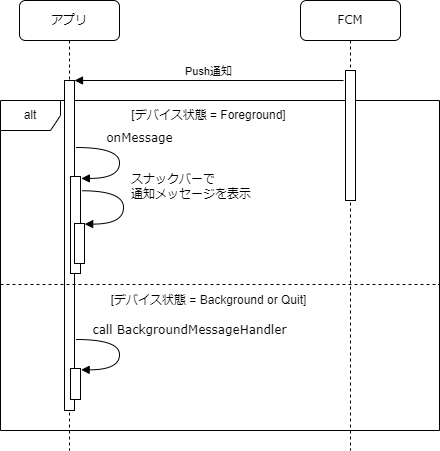
This is website/docs/react-native/santoku/application-architecture/push-notification/receive-push-notification.drawio.png from ws-4020/mobile-app-crib-notes, a draw.io export, as it was before one commit. Source tidied: cells renumbered, new cells last; positions are measured from the earlier drawing's top-left corner, leaving out a move shared by most shapes.
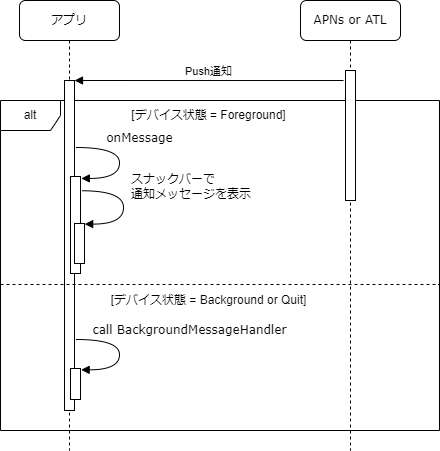
After the commit.

Change to the diagram source:
```diff
@@ -47,7 +47,7 @@
         </Array>
       </mxGeometry>
     </mxCell>
-    <mxCell id="11" value="FCM" style="shape=umlLifeline;perimeter=lifelinePerimeter;whiteSpace=wrap;html=1;rounded=1;shadow=0;comic=0;labelBackgroundColor=none;strokeWidth=1;fontFamily=Verdana;fontSize=12;align=center;" parent="1" vertex="1">
+    <mxCell id="11" value="APNs or ATL" style="shape=umlLifeline;perimeter=lifelinePerimeter;whiteSpace=wrap;html=1;rounded=1;shadow=0;comic=0;labelBackgroundColor=none;strokeWidth=1;fontFamily=Verdana;fontSize=12;align=center;" parent="1" vertex="1">
       <mxGeometry x="300" width="100" height="450" as="geometry" />
     </mxCell>
     <mxCell id="12" style="html=1;points=[];perimeter=orthogonalPerimeter;rounded=0;shadow=0;comic=0;labelBackgroundColor=none;strokeWidth=1;fontFamily=Verdana;fontSize=12;align=center;" parent="11" vertex="1">
```
